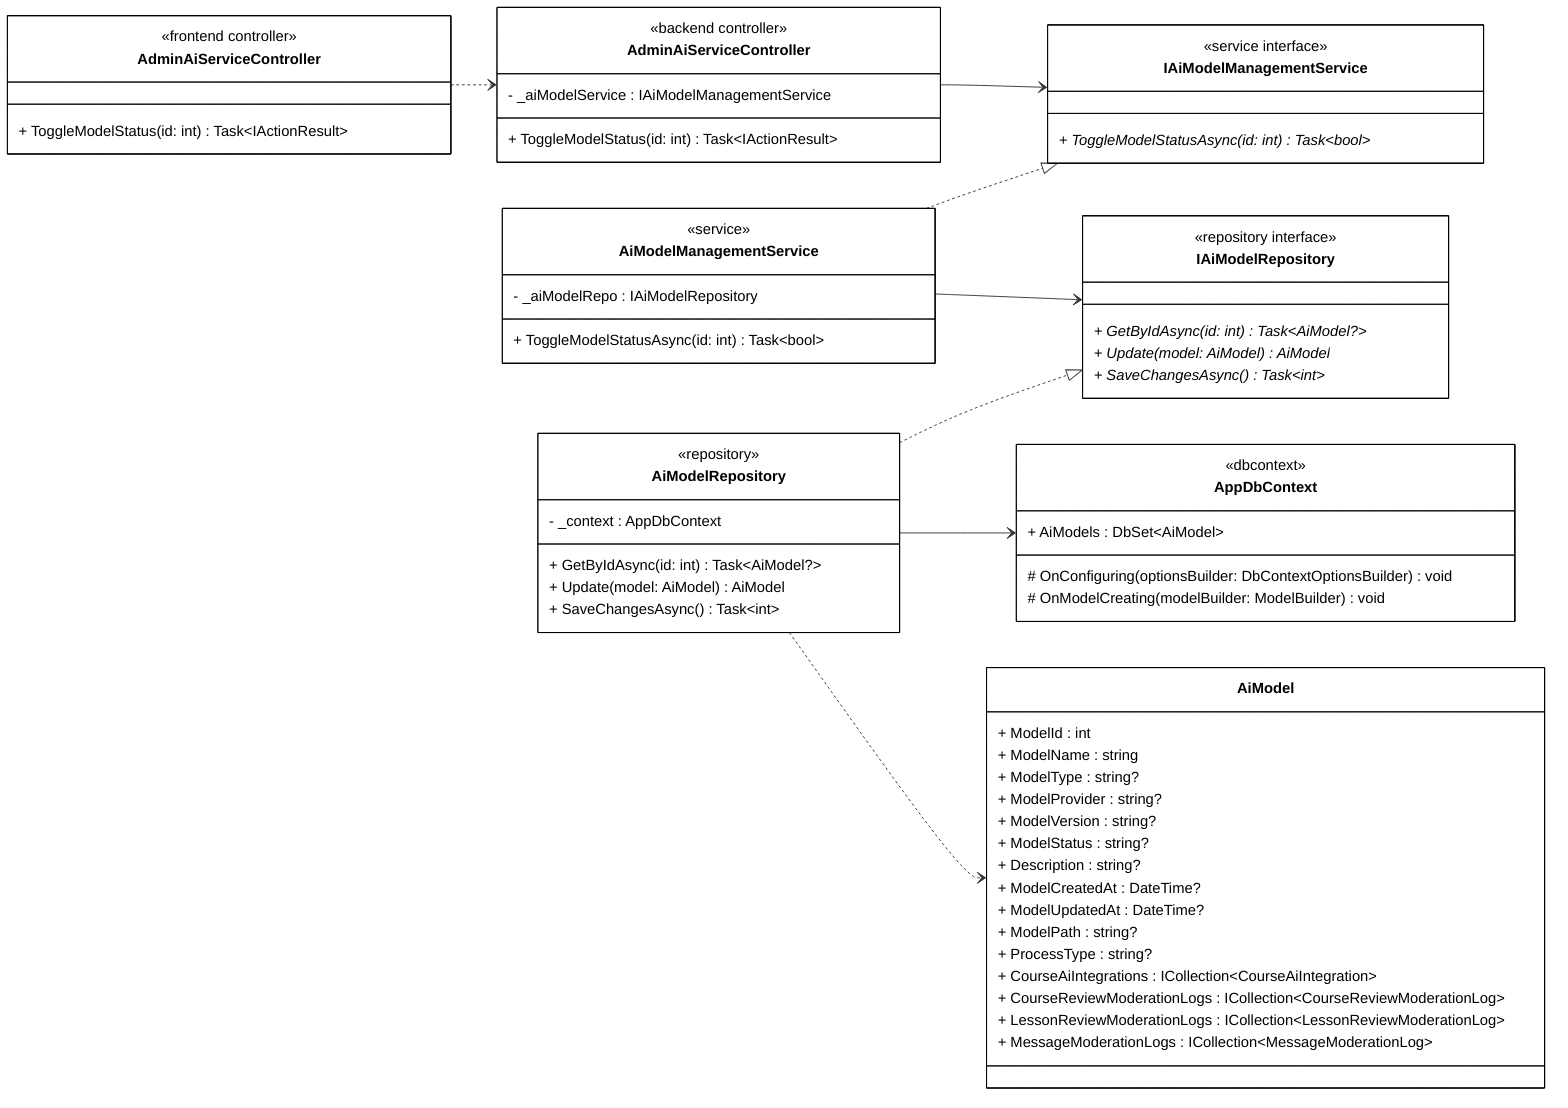
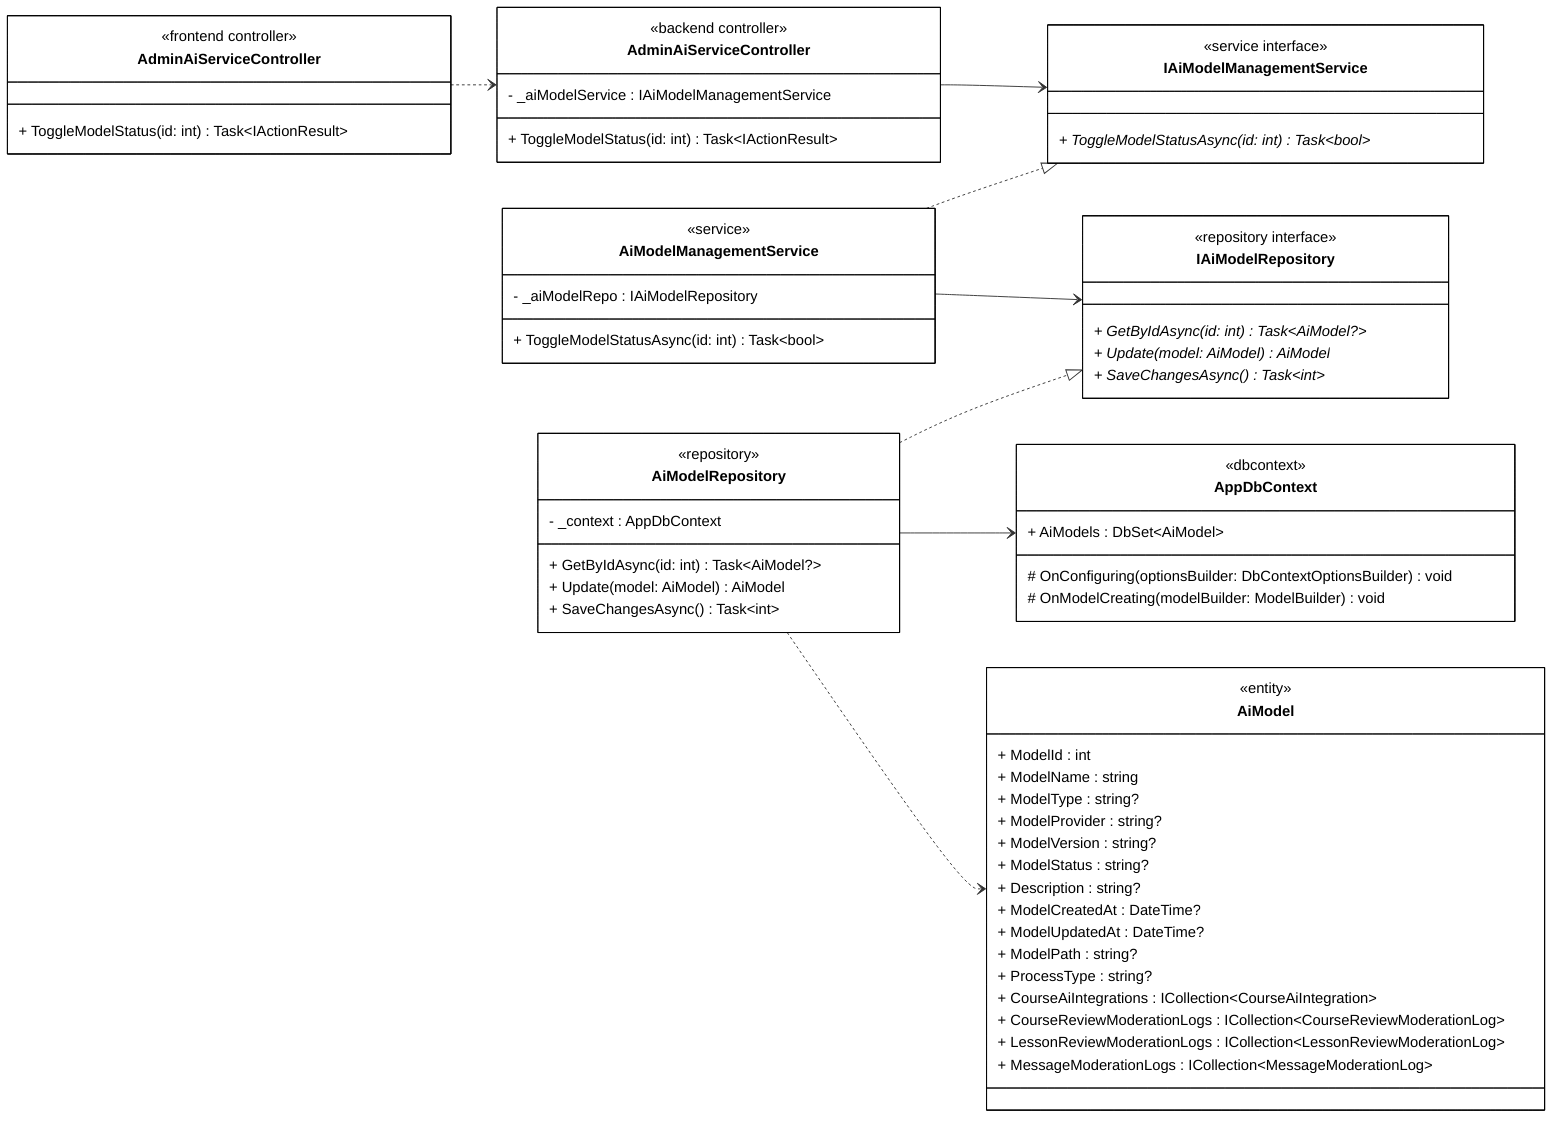
classDiagram
direction LR

%% ==================== FRONTEND ====================

class AdminAiServiceControllerFE["AdminAiServiceController"] {
    <<frontend controller>>
    + ToggleModelStatus(id: int) Task~IActionResult~
}

%% ==================== BACKEND - CONTROLLER ====================

class AdminAiServiceControllerBE["AdminAiServiceController"] {
    <<backend controller>>
    - _aiModelService : IAiModelManagementService

    + ToggleModelStatus(id: int) Task~IActionResult~
}

%% ==================== BACKEND - DOMAIN ENTITIES ====================

class AiModel {
+     <<entity>>
    + ModelId : int
    + ModelName : string
    + ModelType : string?
    + ModelProvider : string?
    + ModelVersion : string?
    + ModelStatus : string?
    + Description : string?
    + ModelCreatedAt : DateTime?
    + ModelUpdatedAt : DateTime?
    + ModelPath : string?
    + ProcessType : string?
    + CourseAiIntegrations : ICollection~CourseAiIntegration~
    + CourseReviewModerationLogs : ICollection~CourseReviewModerationLog~
    + LessonReviewModerationLogs : ICollection~LessonReviewModerationLog~
    + MessageModerationLogs : ICollection~MessageModerationLog~
}

%% ==================== BACKEND - SERVICE INTERFACES ====================

class IAiModelManagementService {
    <<service interface>>
    + ToggleModelStatusAsync(id: int) Task~bool~ *
}

class IAiModelRepository {
    <<repository interface>>
    + GetByIdAsync(id: int) Task~AiModel?~ *
    + Update(model: AiModel) AiModel *
    + SaveChangesAsync() Task~int~ *
}

%% ==================== BACKEND - SERVICE IMPLEMENTATION ====================

class AiModelManagementService {
    <<service>>
    - _aiModelRepo : IAiModelRepository

    + ToggleModelStatusAsync(id: int) Task~bool~
}

%% ==================== BACKEND - REPOSITORY IMPLEMENTATION ====================

class AiModelRepository {
    <<repository>>
    - _context : AppDbContext

    + GetByIdAsync(id: int) Task~AiModel?~
    + Update(model: AiModel) AiModel
    + SaveChangesAsync() Task~int~
}

%% ==================== BACKEND - DbContext ====================

class AppDbContext {
    <<dbcontext>>
    + AiModels : DbSet~AiModel~

    # OnConfiguring(optionsBuilder: DbContextOptionsBuilder) void
    # OnModelCreating(modelBuilder: ModelBuilder) void
}

%% ==================== RELATIONSHIPS ====================

%% === UNIDIRECTIONAL ASSOCIATION (solid arrow) ===
AdminAiServiceControllerBE --> IAiModelManagementService
AiModelManagementService --> IAiModelRepository
AiModelRepository --> AppDbContext

%% === INTERFACE REALIZATION ===
AiModelManagementService ..|> IAiModelManagementService
AiModelRepository ..|> IAiModelRepository

%% === DEPENDENCY (dashed arrows) ===
AdminAiServiceControllerFE ..> AdminAiServiceControllerBE
AiModelRepository ..> AiModel

%% ==================== STYLES ====================

classDef default fill:#FFFFFF,stroke:#000000,stroke-width:1px,color:#000000
